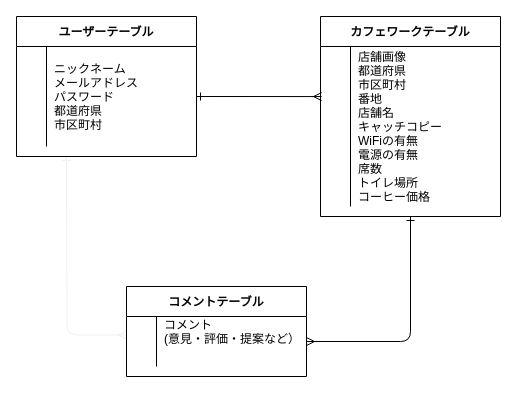
namotoy/cafespace-36969 keeps this draw.io diagram as test.dio. Above is the earlier version. Source tidied: cells renumbered, new cells numbered last; positions are measured from the earlier drawing's top-left corner, leaving out a move shared by most shapes. Both pictures are drawn from the tidied source at 100%, with x=0, y=0 at pixel (16, 16).
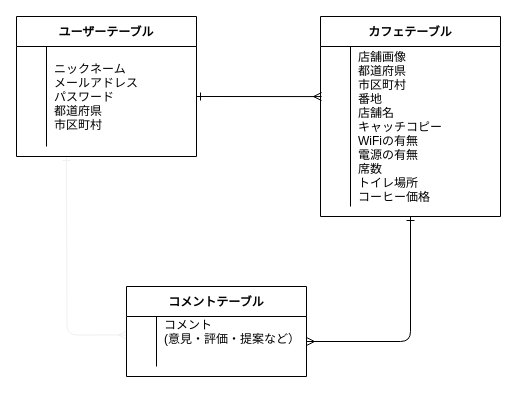
The same page after the edit.

Change to the diagram source:
```diff
@@
 <mxGraphModel>
   <root>
     <mxCell id="0" />
     <mxCell id="1" parent="0" />
     <mxCell id="2" style="edgeStyle=orthogonalEdgeStyle;html=1;endArrow=ERmany;endFill=0;strokeColor=#f0f0f0;startArrow=ERone;startFill=0;entryX=0;entryY=0.369;entryDx=0;entryDy=0;entryPerimeter=0;" parent="1" edge="1" target="14">
       <mxGeometry relative="1" as="geometry">
         <mxPoint x="50" y="140" as="sourcePoint" />
       </mxGeometry>
     </mxCell>
     <mxCell id="3" value="ユーザーテーブル" style="shape=table;startSize=30;childLayout=tableLayout;rowLines=0;fontStyle=1;align=center;" parent="1" vertex="1">
       <mxGeometry width="180" height="140" as="geometry" />
     </mxCell>
     <mxCell id="4" style="shape=partialRectangle;fillColor=none;top=0;left=0;bottom=0;right=0;points=[[0,0.5],[1,0.5]];portConstraint=eastwest;" parent="3" vertex="1">
       <mxGeometry y="30" width="180" height="100" as="geometry" />
     </mxCell>
     <mxCell id="5" style="shape=partialRectangle;fillColor=none;top=0;left=0;bottom=0;right=0;overflow=hidden;" parent="4" vertex="1">
       <mxGeometry width="30" height="100" as="geometry" />
     </mxCell>
     <mxCell id="6" value="ニックネーム&#10;メールアドレス&#10;パスワード&#10;都道府県&#10;市区町村" style="shape=partialRectangle;fillColor=none;top=0;left=0;bottom=0;right=0;align=left;spacingLeft=6;overflow=hidden;" parent="4" vertex="1">
       <mxGeometry x="30" width="150" height="100" as="geometry" />
     </mxCell>
     <mxCell id="7" style="edgeStyle=orthogonalEdgeStyle;html=1;endArrow=ERmany;endFill=0;startArrow=ERone;startFill=0;exitX=0.5;exitY=1;exitDx=0;exitDy=0;entryX=1;entryY=0.5;entryDx=0;entryDy=0;" parent="1" edge="1" source="8" target="14">
       <mxGeometry relative="1" as="geometry">
         <Array as="points">
           <mxPoint x="394" y="325" />
         </Array>
       </mxGeometry>
     </mxCell>
-    <mxCell id="8" value="カフェワークテーブル" style="shape=table;startSize=30;childLayout=tableLayout;rowLines=0;fontStyle=1;align=center;" parent="1" vertex="1">
+    <mxCell id="8" value="カフェテーブル" style="shape=table;startSize=30;childLayout=tableLayout;rowLines=0;fontStyle=1;align=center;" parent="1" vertex="1">
       <mxGeometry x="304" width="180" height="200" as="geometry" />
     </mxCell>
     <mxCell id="9" style="shape=partialRectangle;fillColor=none;top=0;left=0;bottom=0;right=0;points=[[0,0.5],[1,0.5]];portConstraint=eastwest;" parent="8" vertex="1">
       <mxGeometry y="30" width="180" height="160" as="geometry" />
     </mxCell>
     <mxCell id="10" style="shape=partialRectangle;fillColor=none;top=0;left=0;bottom=0;right=0;overflow=hidden;" parent="9" vertex="1">
       <mxGeometry width="30" height="160" as="geometry" />
     </mxCell>
     <mxCell id="11" value="店舗画像&#10;都道府県&#10;市区町村&#10;番地&#10;店舗名&#10;キャッチコピー&#10;WiFiの有無&#10;電源の有無&#10;席数&#10;トイレ場所&#10;コーヒー価格" style="shape=partialRectangle;fillColor=none;top=0;left=0;bottom=0;right=0;align=left;spacingLeft=6;overflow=hidden;" parent="9" vertex="1">
       <mxGeometry x="30" width="150" height="160" as="geometry" />
     </mxCell>
     <mxCell id="12" style="edgeStyle=none;html=1;exitX=1;exitY=0.5;exitDx=0;exitDy=0;endArrow=ERmany;endFill=0;startArrow=ERone;startFill=0;entryX=0.006;entryY=0.313;entryDx=0;entryDy=0;entryPerimeter=0;jumpSize=10;strokeWidth=1;" parent="1" edge="1" source="4" target="9">
       <mxGeometry relative="1" as="geometry" />
     </mxCell>
     <mxCell id="13" value="コメントテーブル" style="shape=table;startSize=30;childLayout=tableLayout;rowLines=0;fontStyle=1;align=center;" parent="1" vertex="1">
       <mxGeometry x="110" y="270" width="180" height="90" as="geometry" />
     </mxCell>
     <mxCell id="14" style="shape=partialRectangle;fillColor=none;top=0;left=0;bottom=0;right=0;points=[[0,0.5],[1,0.5]];portConstraint=eastwest;" parent="13" vertex="1">
       <mxGeometry y="30" width="180" height="50" as="geometry" />
     </mxCell>
     <mxCell id="15" style="shape=partialRectangle;fillColor=none;top=0;left=0;bottom=0;right=0;overflow=hidden;" parent="14" vertex="1">
       <mxGeometry width="30" height="50" as="geometry" />
     </mxCell>
     <mxCell id="16" value="コメント&#10;(意見・評価・提案など）&#10;&#10;" style="shape=partialRectangle;fillColor=none;top=0;left=0;bottom=0;right=0;align=left;spacingLeft=6;overflow=hidden;" parent="14" vertex="1">
       <mxGeometry x="30" width="150" height="50" as="geometry" />
     </mxCell>
   </root>
 </mxGraphModel>
```
